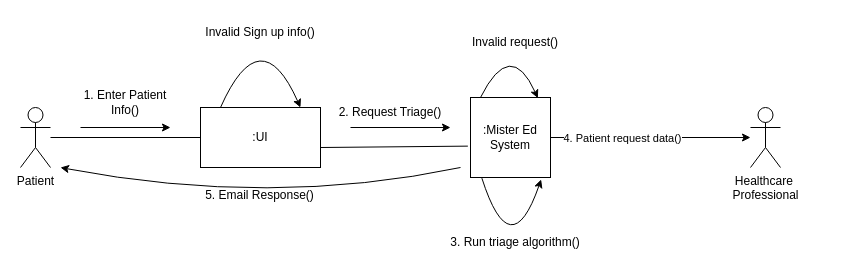
The draw.io diagram JustinWork/Collaboration_diagram_rough.drawio in SENG-350-2024-fall/Team9, before the edit. Source tidied: cells renumbered, new cells numbered last; positions are measured from the earlier drawing's top-left corner, leaving out a move shared by most shapes. Both pictures are drawn from the tidied source at 100%, with x=0, y=0 at pixel (20, 17).
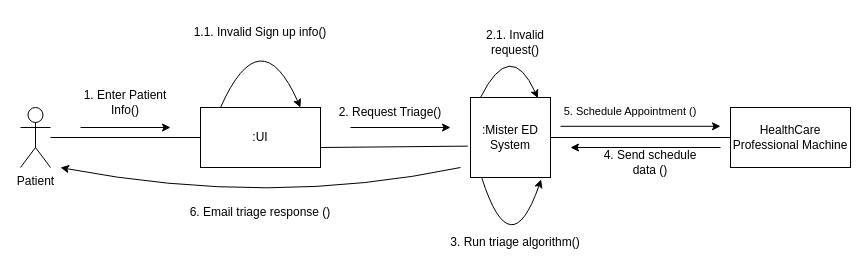
The same diagram, later.

The edit, as a diff of the source:
```diff
@@
-    <mxCell id="5" value="Invalid Sign up info()" style="text;html=1;align=center;verticalAlign=middle;whiteSpace=wrap;rounded=0;" parent="1" vertex="1">
+    <mxCell id="5" value="1.1. Invalid Sign up info()" style="text;html=1;align=center;verticalAlign=middle;whiteSpace=wrap;rounded=0;" parent="1" vertex="1">
       <mxGeometry x="170" width="140" height="30" as="geometry" />
     </mxCell>
-    <mxCell id="6" value=":Mister Ed System" style="whiteSpace=wrap;html=1;" parent="1" vertex="1">
+    <mxCell id="6" value=":Mister ED System" style="whiteSpace=wrap;html=1;" parent="1" vertex="1">
       <mxGeometry x="450" y="80" width="80" height="80" as="geometry" />
     </mxCell>
@@
-    <mxCell id="8" value="Invalid request()" style="text;html=1;align=center;verticalAlign=middle;whiteSpace=wrap;rounded=0;" parent="1" vertex="1">
+    <mxCell id="8" value="2.1. Invalid request()" style="text;html=1;align=center;verticalAlign=middle;whiteSpace=wrap;rounded=0;" parent="1" vertex="1">
       <mxGeometry x="450" y="10" width="90" height="30" as="geometry" />
     </mxCell>
@@
-    <mxCell id="11" style="endArrow=classic;html=1;rounded=0;exitX=1;exitY=0.5;exitDx=0;exitDy=0;" parent="1" edge="1" source="6" target="13">
-      <mxGeometry relative="1" as="geometry" />
-    </mxCell>
-    <mxCell id="12" value="4. Patient request data()" style="edgeLabel;html=1;align=center;verticalAlign=middle;" parent="11" vertex="1">
-      <mxGeometry x="-0.29" relative="1" as="geometry" />
-    </mxCell>
-    <mxCell id="13" value="Healthcare&amp;nbsp;&lt;div&gt;Professional&lt;/div&gt;" style="shape=umlActor;verticalLabelPosition=bottom;verticalAlign=top;html=1;outlineConnect=0;" parent="1" vertex="1">
-      <mxGeometry x="730" y="90" width="30" height="60" as="geometry" />
-    </mxCell>
@@
-    <mxCell id="21" value="5. Email Response()" style="text;html=1;align=center;verticalAlign=middle;whiteSpace=wrap;rounded=0;" parent="1" vertex="1">
-      <mxGeometry x="177" y="163" width="125" height="30" as="geometry" />
+    <mxCell id="21" value="6. Email triage response ()" style="text;html=1;align=center;verticalAlign=middle;whiteSpace=wrap;rounded=0;" parent="1" vertex="1">
+      <mxGeometry x="165" y="180" width="150" height="30" as="geometry" />
     </mxCell>
+    <mxCell id="22" value="HealthCare Professional Machine" style="rounded=0;whiteSpace=wrap;html=1;" parent="1" vertex="1">
+      <mxGeometry x="710" y="90" width="120" height="60" as="geometry" />
+    </mxCell>
+    <mxCell id="23" style="endArrow=none;html=1;rounded=0;entryX=0;entryY=0.5;entryDx=0;entryDy=0;exitX=1;exitY=0.5;exitDx=0;exitDy=0;" parent="1" edge="1" source="6" target="22">
+      <mxGeometry relative="1" as="geometry" />
+    </mxCell>
+    <mxCell id="24" value="&lt;span style=&quot;font-size: 11px; text-wrap: nowrap; background-color: rgb(255, 255, 255);&quot;&gt;5. Schedule Appointment ()&lt;/span&gt;" style="text;html=1;align=center;verticalAlign=middle;whiteSpace=wrap;rounded=0;rotation=0;" parent="1" vertex="1">
+      <mxGeometry x="570" y="78.8" width="80" height="30" as="geometry" />
+    </mxCell>
+    <mxCell id="25" style="endArrow=classic;html=1;rounded=0;" parent="1" edge="1">
+      <mxGeometry relative="1" as="geometry">
+        <mxPoint x="540" y="108.8" as="sourcePoint" />
+        <mxPoint x="700" y="108.8" as="targetPoint" />
+      </mxGeometry>
+    </mxCell>
+    <mxCell id="26" style="endArrow=classic;html=1;rounded=0;" parent="1" edge="1">
+      <mxGeometry relative="1" as="geometry">
+        <mxPoint x="700" y="130" as="sourcePoint" />
+        <mxPoint x="550" y="130" as="targetPoint" />
+      </mxGeometry>
+    </mxCell>
+    <mxCell id="27" value="4. Send schedule data ()" style="text;html=1;align=center;verticalAlign=middle;whiteSpace=wrap;rounded=0;" parent="1" vertex="1">
+      <mxGeometry x="570" y="130" width="120" height="30" as="geometry" />
+    </mxCell>
```
